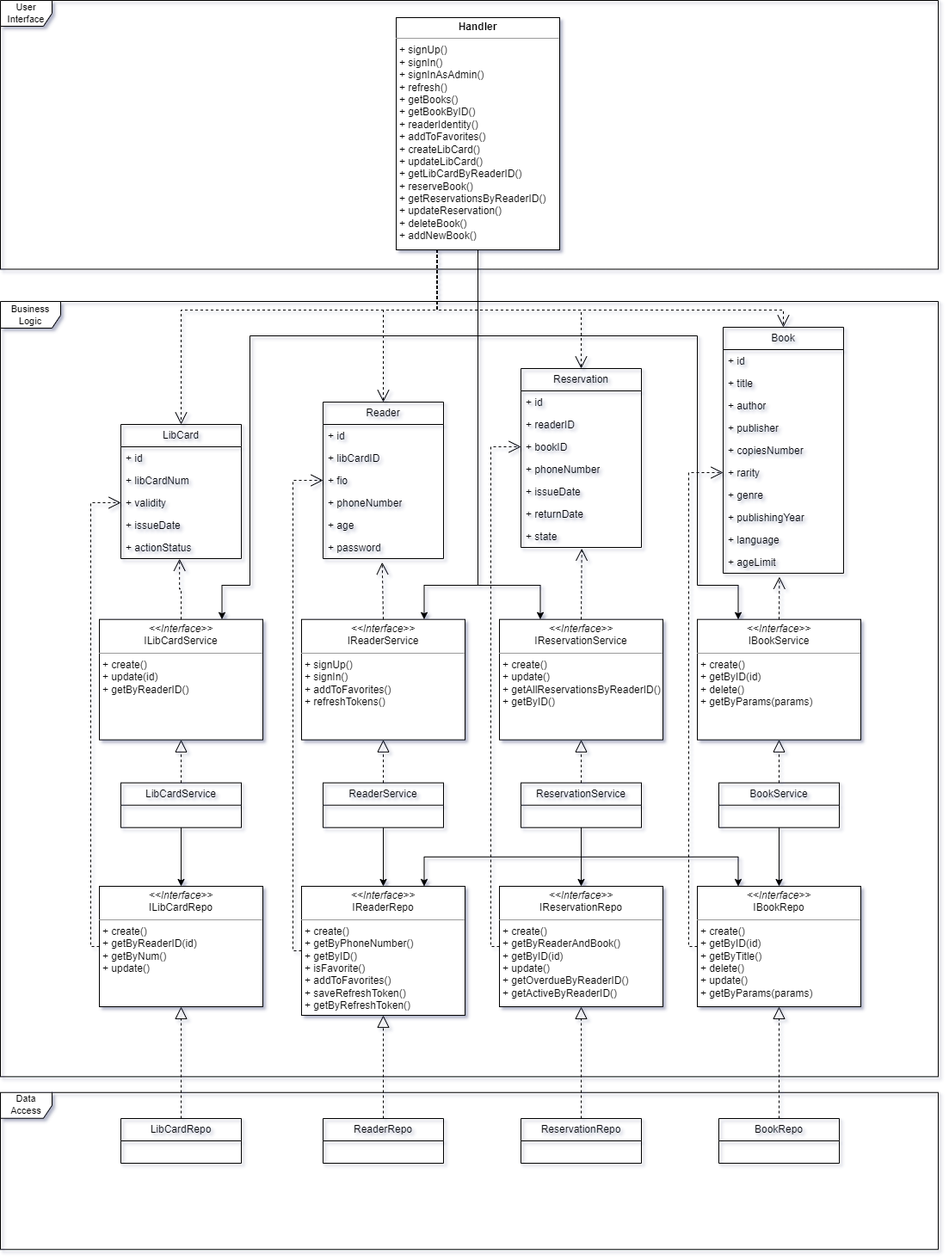
Above: diagrams/uml_new.drawio.png in nikitalystsev/BookSmart (draw.io), before the change. Source tidied: cells renumbered, new cells last; positions are measured from the earlier drawing's top-left corner, leaving out a move shared by most shapes.
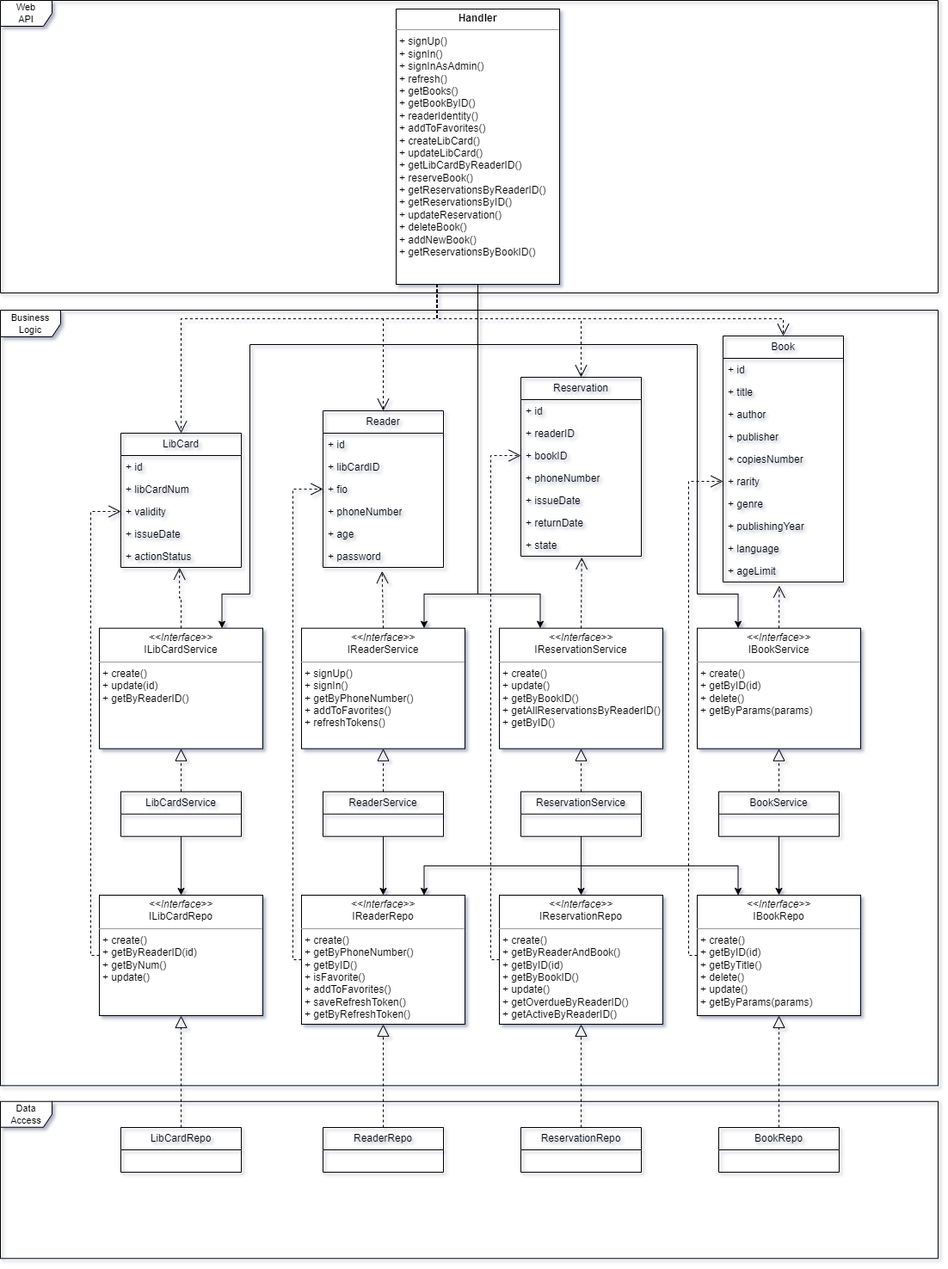
After the change.

What changed in the source:
```diff
@@ -32,8 +32,8 @@
     <mxCell id="11" style="endArrow=block;dashed=1;endFill=0;endSize=12;html=1;rounded=0;exitX=0.5;exitY=0;exitDx=0;exitDy=0;entryX=0.5;entryY=1;entryDx=0;entryDy=0;" parent="1" edge="1" source="5" target="10">
       <mxGeometry relative="1" as="geometry" />
     </mxCell>
-    <mxCell id="12" value="&lt;p style=&quot;margin:0px;margin-top:4px;text-align:center;&quot;&gt;&lt;i&gt;&amp;lt;&amp;lt;Interface&amp;gt;&amp;gt;&lt;/i&gt;&lt;br&gt;IReservationRepo&lt;br&gt;&lt;/p&gt;&lt;hr size=&quot;1&quot;&gt;&lt;p style=&quot;margin:0px;margin-left:4px;&quot;&gt;+ create()&lt;/p&gt;&lt;p style=&quot;margin:0px;margin-left:4px;&quot;&gt;+ getByReaderAndBook()&lt;/p&gt;&lt;p style=&quot;margin:0px;margin-left:4px;&quot;&gt;+ getByID(id)&lt;/p&gt;&lt;p style=&quot;margin:0px;margin-left:4px;&quot;&gt;+ update()&lt;/p&gt;&lt;p style=&quot;margin:0px;margin-left:4px;&quot;&gt;+ getOverdueByReaderID()&lt;/p&gt;&lt;p style=&quot;margin:0px;margin-left:4px;&quot;&gt;+ getActiveByReaderID()&lt;/p&gt;&lt;p style=&quot;margin:0px;margin-left:4px;&quot;&gt;&lt;br&gt;&lt;/p&gt;" style="verticalAlign=top;align=left;overflow=fill;html=1;whiteSpace=wrap;" parent="1" vertex="1">
-      <mxGeometry x="580" y="1030" width="190" height="140" as="geometry" />
+    <mxCell id="12" value="&lt;p style=&quot;margin:0px;margin-top:4px;text-align:center;&quot;&gt;&lt;i&gt;&amp;lt;&amp;lt;Interface&amp;gt;&amp;gt;&lt;/i&gt;&lt;br&gt;IReservationRepo&lt;br&gt;&lt;/p&gt;&lt;hr size=&quot;1&quot;&gt;&lt;p style=&quot;margin:0px;margin-left:4px;&quot;&gt;+ create()&lt;/p&gt;&lt;p style=&quot;margin:0px;margin-left:4px;&quot;&gt;+ getByReaderAndBook()&lt;/p&gt;&lt;p style=&quot;margin:0px;margin-left:4px;&quot;&gt;+ getByID(id)&lt;/p&gt;&lt;p style=&quot;margin:0px;margin-left:4px;&quot;&gt;+ getByBookID()&lt;/p&gt;&lt;p style=&quot;margin:0px;margin-left:4px;&quot;&gt;+ update()&lt;/p&gt;&lt;p style=&quot;margin:0px;margin-left:4px;&quot;&gt;+ getOverdueByReaderID()&lt;/p&gt;&lt;p style=&quot;margin:0px;margin-left:4px;&quot;&gt;+ getActiveByReaderID()&lt;/p&gt;&lt;p style=&quot;margin:0px;margin-left:4px;&quot;&gt;&lt;br&gt;&lt;/p&gt;" style="verticalAlign=top;align=left;overflow=fill;html=1;whiteSpace=wrap;" parent="1" vertex="1">
+      <mxGeometry x="580" y="1030" width="190" height="150" as="geometry" />
     </mxCell>
     <mxCell id="13" style="endArrow=block;dashed=1;endFill=0;endSize=12;html=1;rounded=0;exitX=0.5;exitY=0;exitDx=0;exitDy=0;entryX=0.5;entryY=1;entryDx=0;entryDy=0;" parent="1" edge="1" source="6" target="12">
       <mxGeometry relative="1" as="geometry" />
@@ -59,7 +59,7 @@
     <mxCell id="20" value="&lt;p style=&quot;margin:0px;margin-top:4px;text-align:center;&quot;&gt;&lt;i&gt;&amp;lt;&amp;lt;Interface&amp;gt;&amp;gt;&lt;/i&gt;&lt;br&gt;ILibCardService&lt;br&gt;&lt;/p&gt;&lt;hr size=&quot;1&quot;&gt;&lt;p style=&quot;margin: 0px 0px 0px 4px;&quot;&gt;+ create()&lt;/p&gt;&lt;p style=&quot;margin: 0px 0px 0px 4px;&quot;&gt;+ update(id)&lt;/p&gt;&lt;p style=&quot;margin: 0px 0px 0px 4px;&quot;&gt;+ getByReaderID()&lt;/p&gt;" style="verticalAlign=top;align=left;overflow=fill;html=1;whiteSpace=wrap;" parent="1" vertex="1">
       <mxGeometry x="115" y="719.7" width="190" height="140" as="geometry" />
     </mxCell>
-    <mxCell id="21" value="&lt;p style=&quot;margin:0px;margin-top:4px;text-align:center;&quot;&gt;&lt;i&gt;&amp;lt;&amp;lt;Interface&amp;gt;&amp;gt;&lt;/i&gt;&lt;br&gt;IReservationService&lt;br&gt;&lt;/p&gt;&lt;hr size=&quot;1&quot;&gt;&lt;p style=&quot;margin: 0px 0px 0px 4px;&quot;&gt;+ create()&lt;/p&gt;&lt;p style=&quot;margin: 0px 0px 0px 4px;&quot;&gt;+ update()&lt;/p&gt;&lt;p style=&quot;margin: 0px 0px 0px 4px;&quot;&gt;+ getAllReservationsByReaderID()&lt;/p&gt;&lt;p style=&quot;margin: 0px 0px 0px 4px;&quot;&gt;+ getByID()&lt;/p&gt;" style="verticalAlign=top;align=left;overflow=fill;html=1;whiteSpace=wrap;" parent="1" vertex="1">
+    <mxCell id="21" value="&lt;p style=&quot;margin:0px;margin-top:4px;text-align:center;&quot;&gt;&lt;i&gt;&amp;lt;&amp;lt;Interface&amp;gt;&amp;gt;&lt;/i&gt;&lt;br&gt;IReservationService&lt;br&gt;&lt;/p&gt;&lt;hr size=&quot;1&quot;&gt;&lt;p style=&quot;margin: 0px 0px 0px 4px;&quot;&gt;+ create()&lt;/p&gt;&lt;p style=&quot;margin: 0px 0px 0px 4px;&quot;&gt;+ update()&lt;/p&gt;&lt;p style=&quot;margin: 0px 0px 0px 4px;&quot;&gt;+ getByBookID()&lt;/p&gt;&lt;p style=&quot;margin: 0px 0px 0px 4px;&quot;&gt;+ getAllReservationsByReaderID()&lt;/p&gt;&lt;p style=&quot;margin: 0px 0px 0px 4px;&quot;&gt;+ getByID()&lt;/p&gt;" style="verticalAlign=top;align=left;overflow=fill;html=1;whiteSpace=wrap;" parent="1" vertex="1">
       <mxGeometry x="580" y="719.7" width="190" height="140" as="geometry" />
     </mxCell>
     <mxCell id="22" value="&lt;p style=&quot;margin:0px;margin-top:4px;text-align:center;&quot;&gt;&lt;i&gt;&amp;lt;&amp;lt;Interface&amp;gt;&amp;gt;&lt;/i&gt;&lt;br&gt;IBookService&lt;br&gt;&lt;/p&gt;&lt;hr size=&quot;1&quot;&gt;&lt;p style=&quot;margin: 0px 0px 0px 4px;&quot;&gt;+ create()&lt;/p&gt;&lt;p style=&quot;margin: 0px 0px 0px 4px;&quot;&gt;+ getByID(id)&lt;/p&gt;&lt;p style=&quot;margin: 0px 0px 0px 4px;&quot;&gt;+ delete()&lt;/p&gt;&lt;p style=&quot;margin: 0px 0px 0px 4px;&quot;&gt;+ getByParams(params)&lt;/p&gt;" style="verticalAlign=top;align=left;overflow=fill;html=1;whiteSpace=wrap;" parent="1" vertex="1">
@@ -173,7 +173,7 @@
     <mxCell id="58" value="+&amp;nbsp;ageLimit" style="text;strokeColor=none;fillColor=none;align=left;verticalAlign=top;spacingLeft=4;spacingRight=4;overflow=hidden;points=[[0,0.5],[1,0.5]];portConstraint=eastwest;whiteSpace=wrap;html=1;" parent="48" vertex="1">
       <mxGeometry y="260" width="140" height="26" as="geometry" />
     </mxCell>
-    <mxCell id="59" value="&lt;p style=&quot;margin:0px;margin-top:4px;text-align:center;&quot;&gt;&lt;i&gt;&amp;lt;&amp;lt;Interface&amp;gt;&amp;gt;&lt;/i&gt;&lt;br&gt;IReaderService&lt;br&gt;&lt;/p&gt;&lt;hr size=&quot;1&quot;&gt;&lt;p style=&quot;margin:0px;margin-left:4px;&quot;&gt;+ signUp()&lt;/p&gt;&lt;p style=&quot;margin:0px;margin-left:4px;&quot;&gt;+ signIn()&lt;/p&gt;&lt;p style=&quot;margin:0px;margin-left:4px;&quot;&gt;+ addToFavorites()&lt;/p&gt;&lt;p style=&quot;margin:0px;margin-left:4px;&quot;&gt;+ refreshTokens()&lt;/p&gt;" style="verticalAlign=top;align=left;overflow=fill;html=1;whiteSpace=wrap;" parent="1" vertex="1">
+    <mxCell id="59" value="&lt;p style=&quot;margin:0px;margin-top:4px;text-align:center;&quot;&gt;&lt;i&gt;&amp;lt;&amp;lt;Interface&amp;gt;&amp;gt;&lt;/i&gt;&lt;br&gt;IReaderService&lt;br&gt;&lt;/p&gt;&lt;hr size=&quot;1&quot;&gt;&lt;p style=&quot;margin:0px;margin-left:4px;&quot;&gt;+ signUp()&lt;/p&gt;&lt;p style=&quot;margin:0px;margin-left:4px;&quot;&gt;+ signIn()&lt;/p&gt;&lt;p style=&quot;margin:0px;margin-left:4px;&quot;&gt;+ getByPhoneNumber()&lt;/p&gt;&lt;p style=&quot;margin:0px;margin-left:4px;&quot;&gt;+ addToFavorites()&lt;/p&gt;&lt;p style=&quot;margin:0px;margin-left:4px;&quot;&gt;+ refreshTokens()&lt;/p&gt;" style="verticalAlign=top;align=left;overflow=fill;html=1;whiteSpace=wrap;" parent="1" vertex="1">
       <mxGeometry x="350" y="719.7" width="190" height="140" as="geometry" />
     </mxCell>
     <mxCell id="60" style="endArrow=classic;html=1;rounded=0;exitX=0.5;exitY=1;exitDx=0;exitDy=0;entryX=0.5;entryY=0;entryDx=0;entryDy=0;edgeStyle=orthogonalEdgeStyle;" parent="1" edge="1" source="17" target="10">
@@ -218,11 +218,11 @@
     <mxCell id="73" style="endArrow=classic;html=1;rounded=0;exitX=0.5;exitY=1;exitDx=0;exitDy=0;entryX=0.25;entryY=0;entryDx=0;entryDy=0;edgeStyle=orthogonalEdgeStyle;" parent="1" edge="1" source="18" target="14">
       <mxGeometry relative="1" as="geometry" />
     </mxCell>
-    <mxCell id="74" value="User&lt;br&gt;Interface" style="shape=umlFrame;whiteSpace=wrap;html=1;fontFamily=Helvetica;fontSize=11;fontColor=default;labelBackgroundColor=default;" parent="1" vertex="1">
-      <mxGeometry width="1090" height="312.5" as="geometry" />
+    <mxCell id="74" value="Web&lt;br&gt;API" style="shape=umlFrame;whiteSpace=wrap;html=1;fontFamily=Helvetica;fontSize=11;fontColor=default;labelBackgroundColor=default;" parent="1" vertex="1">
+      <mxGeometry y="-10" width="1090" height="340" as="geometry" />
     </mxCell>
-    <mxCell id="75" value="&lt;p style=&quot;margin:0px;margin-top:4px;text-align:center;&quot;&gt;&lt;b&gt;Handler&lt;/b&gt;&lt;/p&gt;&lt;hr size=&quot;1&quot;&gt;&lt;p style=&quot;margin:0px;margin-left:4px;&quot;&gt;+ signUp()&lt;/p&gt;&lt;p style=&quot;margin:0px;margin-left:4px;&quot;&gt;+ signIn()&lt;/p&gt;&lt;p style=&quot;margin:0px;margin-left:4px;&quot;&gt;+ signInAsAdmin()&lt;/p&gt;&lt;p style=&quot;margin:0px;margin-left:4px;&quot;&gt;+ refresh()&lt;/p&gt;&lt;p style=&quot;margin:0px;margin-left:4px;&quot;&gt;+ getBooks()&lt;/p&gt;&lt;p style=&quot;margin:0px;margin-left:4px;&quot;&gt;+ getBookByID()&lt;/p&gt;&lt;p style=&quot;margin:0px;margin-left:4px;&quot;&gt;+&amp;nbsp;readerIdentity()&lt;/p&gt;&lt;p style=&quot;margin:0px;margin-left:4px;&quot;&gt;+&amp;nbsp;addToFavorites()&lt;/p&gt;&lt;p style=&quot;margin:0px;margin-left:4px;&quot;&gt;+&amp;nbsp;createLibCard()&lt;/p&gt;&lt;p style=&quot;margin:0px;margin-left:4px;&quot;&gt;+&amp;nbsp;updateLibCard()&lt;/p&gt;&lt;p style=&quot;margin:0px;margin-left:4px;&quot;&gt;+&amp;nbsp;getLibCardByReaderID()&lt;/p&gt;&lt;p style=&quot;margin:0px;margin-left:4px;&quot;&gt;+&amp;nbsp;reserveBook()&lt;/p&gt;&lt;p style=&quot;margin:0px;margin-left:4px;&quot;&gt;+&amp;nbsp;getReservationsByReaderID()&lt;/p&gt;&lt;p style=&quot;margin:0px;margin-left:4px;&quot;&gt;+&amp;nbsp;updateReservation()&lt;/p&gt;&lt;p style=&quot;margin:0px;margin-left:4px;&quot;&gt;+&amp;nbsp;deleteBook()&lt;/p&gt;&lt;p style=&quot;margin:0px;margin-left:4px;&quot;&gt;+&amp;nbsp;addNewBook()&lt;/p&gt;&lt;p style=&quot;margin:0px;margin-left:4px;&quot;&gt;&lt;br&gt;&lt;/p&gt;" style="verticalAlign=top;align=left;overflow=fill;html=1;whiteSpace=wrap;" parent="1" vertex="1">
-      <mxGeometry x="460" y="20" width="190" height="270" as="geometry" />
+    <mxCell id="75" value="&lt;p style=&quot;margin:0px;margin-top:4px;text-align:center;&quot;&gt;&lt;b&gt;Handler&lt;/b&gt;&lt;/p&gt;&lt;hr size=&quot;1&quot;&gt;&lt;p style=&quot;margin:0px;margin-left:4px;&quot;&gt;+ signUp()&lt;/p&gt;&lt;p style=&quot;margin:0px;margin-left:4px;&quot;&gt;+ signIn()&lt;/p&gt;&lt;p style=&quot;margin:0px;margin-left:4px;&quot;&gt;+ signInAsAdmin()&lt;/p&gt;&lt;p style=&quot;margin:0px;margin-left:4px;&quot;&gt;+ refresh()&lt;/p&gt;&lt;p style=&quot;margin:0px;margin-left:4px;&quot;&gt;+ getBooks()&lt;/p&gt;&lt;p style=&quot;margin:0px;margin-left:4px;&quot;&gt;+ getBookByID()&lt;/p&gt;&lt;p style=&quot;margin:0px;margin-left:4px;&quot;&gt;+&amp;nbsp;readerIdentity()&lt;/p&gt;&lt;p style=&quot;margin:0px;margin-left:4px;&quot;&gt;+&amp;nbsp;addToFavorites()&lt;/p&gt;&lt;p style=&quot;margin:0px;margin-left:4px;&quot;&gt;+&amp;nbsp;createLibCard()&lt;/p&gt;&lt;p style=&quot;margin:0px;margin-left:4px;&quot;&gt;+&amp;nbsp;updateLibCard()&lt;/p&gt;&lt;p style=&quot;margin:0px;margin-left:4px;&quot;&gt;+&amp;nbsp;getLibCardByReaderID()&lt;/p&gt;&lt;p style=&quot;margin:0px;margin-left:4px;&quot;&gt;+&amp;nbsp;reserveBook()&lt;/p&gt;&lt;p style=&quot;margin:0px;margin-left:4px;&quot;&gt;+&amp;nbsp;getReservationsByReaderID()&lt;/p&gt;&lt;p style=&quot;margin:0px;margin-left:4px;&quot;&gt;+ getReservationsByID()&lt;/p&gt;&lt;p style=&quot;margin:0px;margin-left:4px;&quot;&gt;+&amp;nbsp;updateReservation()&lt;/p&gt;&lt;p style=&quot;margin:0px;margin-left:4px;&quot;&gt;+&amp;nbsp;deleteBook()&lt;/p&gt;&lt;p style=&quot;margin:0px;margin-left:4px;&quot;&gt;+&amp;nbsp;addNewBook()&lt;/p&gt;&lt;p style=&quot;margin:0px;margin-left:4px;&quot;&gt;+ getReservationsByBookID()&lt;/p&gt;&lt;p style=&quot;margin:0px;margin-left:4px;&quot;&gt;&lt;br&gt;&lt;/p&gt;" style="verticalAlign=top;align=left;overflow=fill;html=1;whiteSpace=wrap;" parent="1" vertex="1">
+      <mxGeometry x="460" width="190" height="320" as="geometry" />
     </mxCell>
     <mxCell id="76" style="endArrow=classic;html=1;rounded=0;entryX=0.75;entryY=0;entryDx=0;entryDy=0;exitX=0.5;exitY=1;exitDx=0;exitDy=0;edgeStyle=orthogonalEdgeStyle;" parent="1" edge="1" source="75" target="20">
       <mxGeometry relative="1" as="geometry">
```
